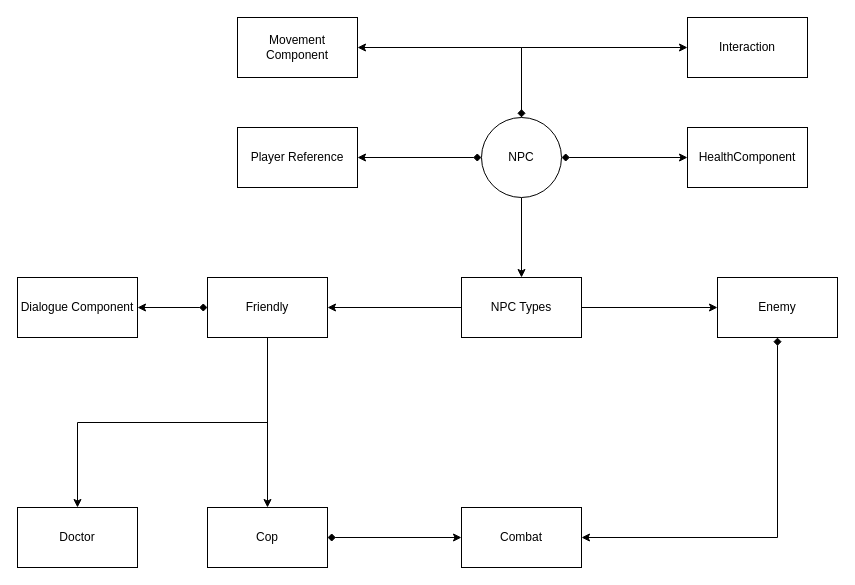
killerwolf162/Integrated-Gameplay-Systems keeps this draw.io diagram as page "Wouter" (2 of 4) of GameArchitecture/HalfLifeDiagram.drawio. Above is the earlier version. Source tidied: cells renumbered, new cells numbered last; positions are measured from the earlier drawing's top-left corner, leaving out a move shared by most shapes. Both pictures are drawn from the tidied source at 100%, with x=0, y=0 at pixel (17, 17).
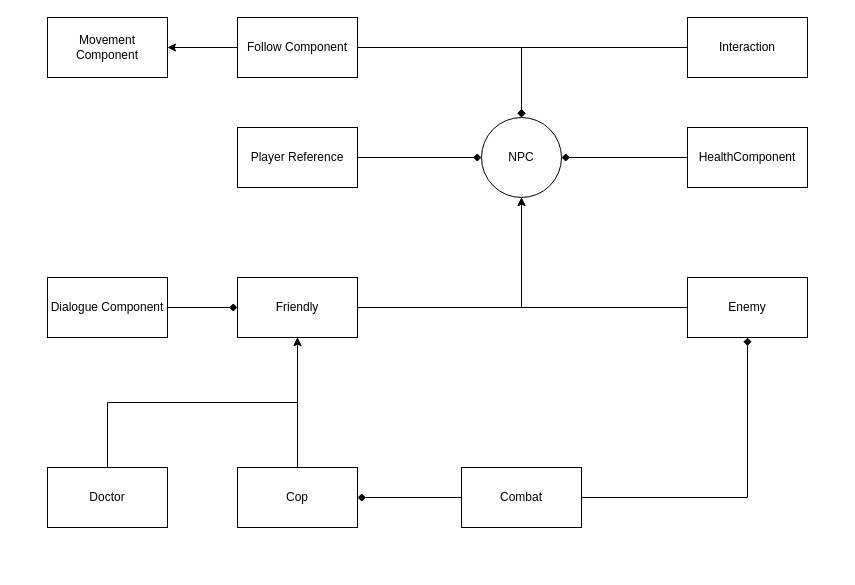
Above is the later version.

Commit message:
extended the decomposition tree

The change refers to these unchanged cells:
```xml
<mxCell id="7" value="NPC" style="ellipse;whiteSpace=wrap;html=1;" parent="1" vertex="1">
  <mxGeometry x="464" y="100" width="80" height="80" as="geometry" />
</mxCell>
<mxCell id="8" value="HealthComponent" style="rounded=0;whiteSpace=wrap;html=1;" parent="1" vertex="1">
  <mxGeometry x="670" y="110" width="120" height="60" as="geometry" />
</mxCell>
<mxCell id="9" value="Player Reference" style="rounded=0;whiteSpace=wrap;html=1;" parent="1" vertex="1">
  <mxGeometry x="220" y="110" width="120" height="60" as="geometry" />
</mxCell>
<mxCell id="11" value="Interaction" style="rounded=0;whiteSpace=wrap;html=1;" parent="1" vertex="1">
  <mxGeometry x="670" width="120" height="60" as="geometry" />
</mxCell>
```

Diff of the diagram source:
```diff
@@
-    <mxCell id="2" style="edgeStyle=orthogonalEdgeStyle;rounded=0;jettySize=auto;html=1;exitX=1;exitY=0.5;exitDx=0;exitDy=0;entryX=0;entryY=0.5;entryDx=0;entryDy=0;startArrow=diamond;startFill=1;" parent="1" edge="1" source="7" target="8">
-      <mxGeometry relative="1" as="geometry" />
-    </mxCell>
-    <mxCell id="3" style="edgeStyle=orthogonalEdgeStyle;rounded=0;jettySize=auto;html=1;exitX=0;exitY=0.5;exitDx=0;exitDy=0;entryX=1;entryY=0.5;entryDx=0;entryDy=0;startArrow=diamond;startFill=1;" parent="1" edge="1" source="7" target="9">
-      <mxGeometry relative="1" as="geometry" />
-    </mxCell>
-    <mxCell id="4" style="edgeStyle=orthogonalEdgeStyle;rounded=0;jettySize=auto;html=1;exitX=0.5;exitY=1;exitDx=0;exitDy=0;entryX=0.5;entryY=0;entryDx=0;entryDy=0;" parent="1" edge="1" source="7" target="16">
-      <mxGeometry relative="1" as="geometry" />
-    </mxCell>
-    <mxCell id="5" style="edgeStyle=orthogonalEdgeStyle;rounded=0;jettySize=auto;html=1;exitX=0.5;exitY=0;exitDx=0;exitDy=0;entryX=1;entryY=0.5;entryDx=0;entryDy=0;startArrow=diamond;startFill=1;" parent="1" edge="1" source="7" target="10">
-      <mxGeometry relative="1" as="geometry" />
-    </mxCell>
-    <mxCell id="6" style="edgeStyle=orthogonalEdgeStyle;rounded=0;jettySize=auto;html=1;exitX=0.5;exitY=0;exitDx=0;exitDy=0;entryX=0;entryY=0.5;entryDx=0;entryDy=0;" parent="1" edge="1" source="7" target="11">
+    <mxCell id="6" style="edgeStyle=orthogonalEdgeStyle;rounded=0;jettySize=auto;html=1;exitX=0.5;exitY=0;exitDx=0;exitDy=0;entryX=0;entryY=0.5;entryDx=0;entryDy=0;startArrow=diamond;startFill=1;endArrow=none;endFill=0;" parent="1" edge="1" source="7" target="11">
       <mxGeometry relative="1" as="geometry" />
     </mxCell>
@@
+    <mxCell id="26" style="edgeStyle=orthogonalEdgeStyle;rounded=0;jettySize=auto;html=1;exitX=0;exitY=0.5;exitDx=0;exitDy=0;entryX=1;entryY=0.5;entryDx=0;entryDy=0;startArrow=none;startFill=0;endArrow=diamond;endFill=1;" parent="1" edge="1" source="8" target="7">
+      <mxGeometry relative="1" as="geometry" />
+    </mxCell>
@@
+    <mxCell id="27" style="edgeStyle=orthogonalEdgeStyle;rounded=0;jettySize=auto;html=1;exitX=1;exitY=0.5;exitDx=0;exitDy=0;entryX=0;entryY=0.5;entryDx=0;entryDy=0;startArrow=none;startFill=0;endArrow=diamond;endFill=1;" parent="1" edge="1" source="9" target="7">
+      <mxGeometry relative="1" as="geometry" />
+    </mxCell>
@@
     <mxCell id="10" value="Movement Component" style="rounded=0;whiteSpace=wrap;html=1;" parent="1" vertex="1">
-      <mxGeometry x="220" width="120" height="60" as="geometry" />
+      <mxGeometry x="30" width="120" height="60" as="geometry" />
     </mxCell>
@@
     <mxCell id="12" value="Dialogue Component" style="rounded=0;whiteSpace=wrap;html=1;" parent="1" vertex="1">
-      <mxGeometry y="260" width="120" height="60" as="geometry" />
+      <mxGeometry x="30" y="260" width="120" height="60" as="geometry" />
     </mxCell>
+    <mxCell id="28" style="edgeStyle=orthogonalEdgeStyle;rounded=0;jettySize=auto;html=1;exitX=1;exitY=0.5;exitDx=0;exitDy=0;entryX=0.5;entryY=1;entryDx=0;entryDy=0;endArrow=diamond;endFill=1;" parent="1" edge="1" source="13" target="22">
+      <mxGeometry relative="1" as="geometry" />
+    </mxCell>
     <mxCell id="13" value="Combat" style="rounded=0;whiteSpace=wrap;html=1;" parent="1" vertex="1">
-      <mxGeometry x="444" y="490" width="120" height="60" as="geometry" />
+      <mxGeometry x="444" y="450" width="120" height="60" as="geometry" />
     </mxCell>
-    <mxCell id="14" style="edgeStyle=orthogonalEdgeStyle;rounded=0;jettySize=auto;html=1;exitX=0;exitY=0.5;exitDx=0;exitDy=0;entryX=1;entryY=0.5;entryDx=0;entryDy=0;" parent="1" edge="1" source="16" target="20">
-      <mxGeometry relative="1" as="geometry" />
-    </mxCell>
-    <mxCell id="15" style="edgeStyle=orthogonalEdgeStyle;rounded=0;jettySize=auto;html=1;exitX=1;exitY=0.5;exitDx=0;exitDy=0;entryX=0;entryY=0.5;entryDx=0;entryDy=0;" parent="1" edge="1" source="16" target="22">
-      <mxGeometry relative="1" as="geometry" />
-    </mxCell>
-    <mxCell id="16" value="NPC Types" style="rounded=0;whiteSpace=wrap;html=1;" parent="1" vertex="1">
-      <mxGeometry x="444" y="260" width="120" height="60" as="geometry" />
-    </mxCell>
-    <mxCell id="17" style="edgeStyle=orthogonalEdgeStyle;rounded=0;jettySize=auto;html=1;exitX=0;exitY=0.5;exitDx=0;exitDy=0;entryX=1;entryY=0.5;entryDx=0;entryDy=0;startArrow=diamond;startFill=1;" parent="1" edge="1" source="20" target="12">
+    <mxCell id="17" style="edgeStyle=orthogonalEdgeStyle;rounded=0;jettySize=auto;html=1;exitX=0;exitY=0.5;exitDx=0;exitDy=0;entryX=1;entryY=0.5;entryDx=0;entryDy=0;startArrow=diamond;startFill=1;endArrow=none;endFill=0;" parent="1" edge="1" source="20" target="12">
       <mxGeometry relative="1" as="geometry" />
     </mxCell>
-    <mxCell id="18" style="edgeStyle=orthogonalEdgeStyle;rounded=0;jettySize=auto;html=1;exitX=0.5;exitY=1;exitDx=0;exitDy=0;entryX=0.5;entryY=0;entryDx=0;entryDy=0;" parent="1" edge="1" source="20" target="24">
-      <mxGeometry relative="1" as="geometry" />
-    </mxCell>
-    <mxCell id="19" style="edgeStyle=orthogonalEdgeStyle;rounded=0;jettySize=auto;html=1;exitX=0.5;exitY=1;exitDx=0;exitDy=0;entryX=0.5;entryY=0;entryDx=0;entryDy=0;" parent="1" edge="1" source="20" target="25">
-      <mxGeometry relative="1" as="geometry" />
-    </mxCell>
+    <mxCell id="29" style="edgeStyle=orthogonalEdgeStyle;rounded=0;jettySize=auto;html=1;exitX=1;exitY=0.5;exitDx=0;exitDy=0;entryX=0.5;entryY=1;entryDx=0;entryDy=0;" parent="1" edge="1" source="20" target="7">
+      <mxGeometry relative="1" as="geometry" />
+    </mxCell>
     <mxCell id="20" value="Friendly" style="rounded=0;whiteSpace=wrap;html=1;" parent="1" vertex="1">
-      <mxGeometry x="190" y="260" width="120" height="60" as="geometry" />
+      <mxGeometry x="220" y="260" width="120" height="60" as="geometry" />
     </mxCell>
-    <mxCell id="21" style="edgeStyle=orthogonalEdgeStyle;rounded=0;jettySize=auto;html=1;exitX=0.5;exitY=1;exitDx=0;exitDy=0;entryX=1;entryY=0.5;entryDx=0;entryDy=0;startArrow=diamond;startFill=1;" parent="1" edge="1" source="22" target="13">
-      <mxGeometry relative="1" as="geometry" />
-    </mxCell>
+    <mxCell id="30" style="edgeStyle=orthogonalEdgeStyle;rounded=0;jettySize=auto;html=1;exitX=0;exitY=0.5;exitDx=0;exitDy=0;entryX=0.5;entryY=1;entryDx=0;entryDy=0;" parent="1" edge="1" source="22" target="7">
+      <mxGeometry relative="1" as="geometry" />
+    </mxCell>
     <mxCell id="22" value="Enemy" style="rounded=0;whiteSpace=wrap;html=1;" parent="1" vertex="1">
-      <mxGeometry x="700" y="260" width="120" height="60" as="geometry" />
+      <mxGeometry x="670" y="260" width="120" height="60" as="geometry" />
     </mxCell>
-    <mxCell id="23" style="edgeStyle=orthogonalEdgeStyle;rounded=0;jettySize=auto;html=1;exitX=1;exitY=0.5;exitDx=0;exitDy=0;entryX=0;entryY=0.5;entryDx=0;entryDy=0;startArrow=diamond;startFill=1;" parent="1" edge="1" source="24" target="13">
+    <mxCell id="23" style="edgeStyle=orthogonalEdgeStyle;rounded=0;jettySize=auto;html=1;exitX=1;exitY=0.5;exitDx=0;exitDy=0;entryX=0;entryY=0.5;entryDx=0;entryDy=0;startArrow=diamond;startFill=1;endArrow=none;endFill=0;" parent="1" edge="1" source="24" target="13">
       <mxGeometry relative="1" as="geometry" />
     </mxCell>
+    <mxCell id="31" style="edgeStyle=orthogonalEdgeStyle;rounded=0;jettySize=auto;html=1;exitX=0.5;exitY=0;exitDx=0;exitDy=0;entryX=0.5;entryY=1;entryDx=0;entryDy=0;" parent="1" edge="1" source="24" target="20">
+      <mxGeometry relative="1" as="geometry" />
+    </mxCell>
     <mxCell id="24" value="Cop" style="rounded=0;whiteSpace=wrap;html=1;" parent="1" vertex="1">
-      <mxGeometry x="190" y="490" width="120" height="60" as="geometry" />
+      <mxGeometry x="220" y="450" width="120" height="60" as="geometry" />
     </mxCell>
+    <mxCell id="32" style="edgeStyle=orthogonalEdgeStyle;rounded=0;jettySize=auto;html=1;exitX=0.5;exitY=0;exitDx=0;exitDy=0;entryX=0.5;entryY=1;entryDx=0;entryDy=0;" parent="1" edge="1" source="25" target="20">
+      <mxGeometry relative="1" as="geometry" />
+    </mxCell>
     <mxCell id="25" value="Doctor" style="rounded=0;whiteSpace=wrap;html=1;" parent="1" vertex="1">
-      <mxGeometry y="490" width="120" height="60" as="geometry" />
+      <mxGeometry x="30" y="450" width="120" height="60" as="geometry" />
     </mxCell>
+    <mxCell id="33" style="edgeStyle=orthogonalEdgeStyle;rounded=0;jettySize=auto;html=1;exitX=0;exitY=0.5;exitDx=0;exitDy=0;entryX=1;entryY=0.5;entryDx=0;entryDy=0;" parent="1" edge="1" source="35" target="10">
+      <mxGeometry relative="1" as="geometry" />
+    </mxCell>
+    <mxCell id="34" style="edgeStyle=orthogonalEdgeStyle;rounded=0;jettySize=auto;html=1;exitX=1;exitY=0.5;exitDx=0;exitDy=0;entryX=0.5;entryY=0;entryDx=0;entryDy=0;endArrow=diamond;endFill=1;" parent="1" edge="1" source="35" target="7">
+      <mxGeometry relative="1" as="geometry" />
+    </mxCell>
+    <mxCell id="35" value="Follow Component" style="rounded=0;whiteSpace=wrap;html=1;" parent="1" vertex="1">
+      <mxGeometry x="220" width="120" height="60" as="geometry" />
+    </mxCell>
```
